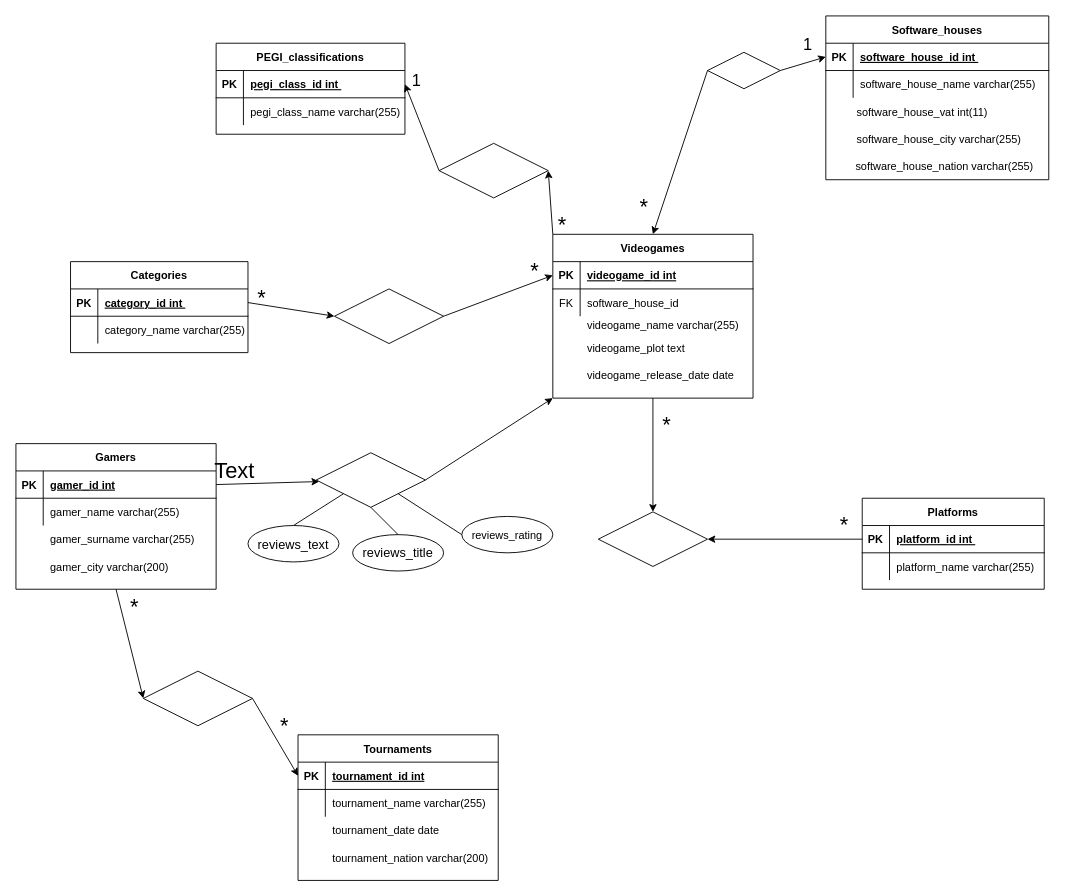
The draw.io diagram videogames-db.drawio in Cix8/db-videogames, before the edit. Source tidied: cells renumbered, new cells numbered last; positions are measured from the earlier drawing's top-left corner, leaving out a move shared by most shapes. Both pictures are drawn from the tidied source at 91%, with x=0, y=0 at pixel (15, 15).
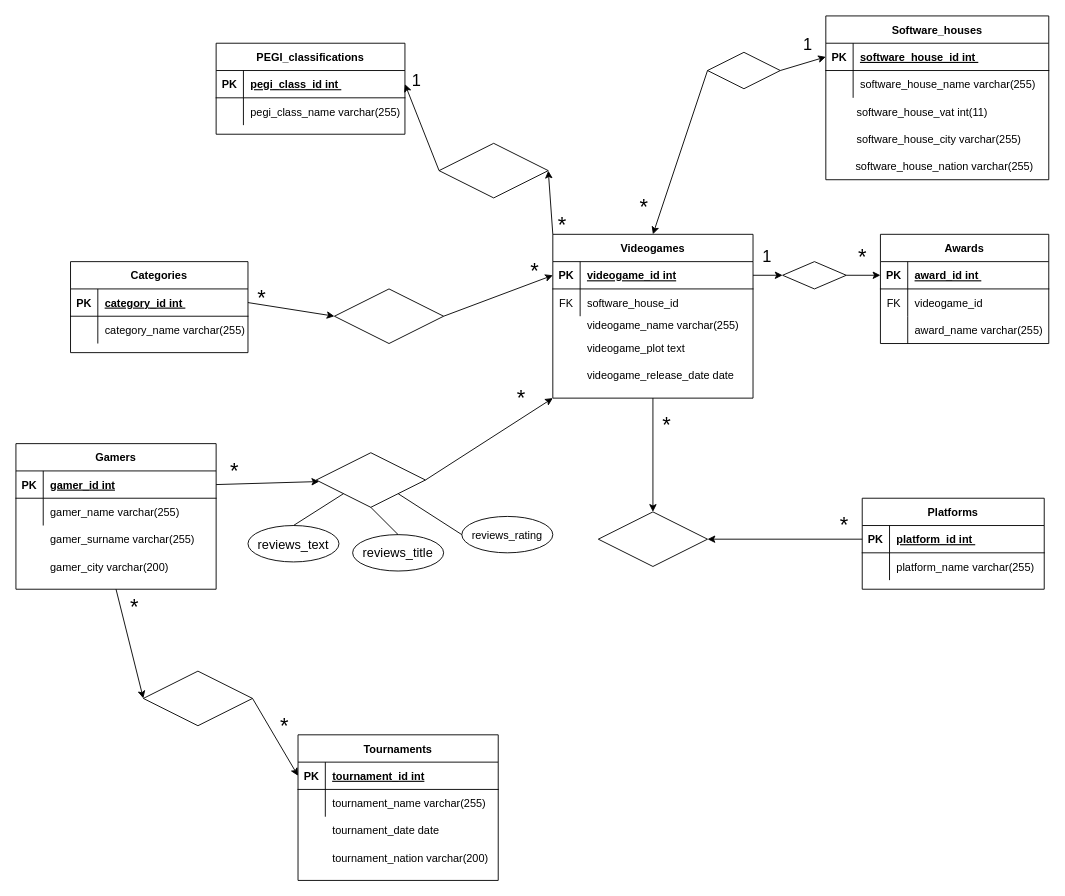
The same page after the edit.

The change refers to these unchanged cells:
```xml
<mxCell id="3" style="shape=partialRectangle;fillColor=none;points=[[0,0.5],[1,0.5]];portConstraint=eastwest;top=0;left=0;right=0;bottom=1;" parent="2" vertex="1">
  <mxGeometry y="30" width="220" height="30" as="geometry" />
</mxCell>
```

Diff of the diagram source:
```diff
@@
-    <mxCell id="113" value="Text" style="text;html=1;align=center;verticalAlign=middle;strokeColor=none;fillColor=none;fontSize=24;" parent="1" vertex="1">
-      <mxGeometry x="220" y="490" width="40" height="20" as="geometry" />
+    <mxCell id="113" value="*" style="text;html=1;align=center;verticalAlign=middle;strokeColor=none;fillColor=none;fontSize=24;" parent="1" vertex="1">
+      <mxGeometry x="225" y="480" width="30" height="40" as="geometry" />
     </mxCell>
+    <mxCell id="114" value="*" style="text;html=1;align=center;verticalAlign=middle;strokeColor=none;fillColor=none;fontSize=24;" parent="1" vertex="1">
+      <mxGeometry x="540" y="400" width="30" height="40" as="geometry" />
+    </mxCell>
+    <mxCell id="115" value="Awards" style="shape=table;startSize=30;childLayout=tableLayout;rowLines=0;fontStyle=1;align=center;" parent="1" vertex="1">
+      <mxGeometry x="950" y="240" width="185" height="120" as="geometry" />
+    </mxCell>
+    <mxCell id="116" style="shape=tableRow;horizontal=0;startSize=0;swimlaneHead=0;swimlaneBody=0;fillColor=none;points=[[0,0.5],[1,0.5]];portConstraint=eastwest;top=0;left=0;right=0;bottom=1;" parent="115" vertex="1">
+      <mxGeometry y="30" width="185" height="30" as="geometry" />
+    </mxCell>
+    <mxCell id="117" value="PK" style="shape=partialRectangle;fillColor=none;top=0;left=0;bottom=0;right=0;fontStyle=1;overflow=hidden;" parent="116" vertex="1">
+      <mxGeometry width="30" height="30" as="geometry" />
+    </mxCell>
+    <mxCell id="118" value="award_id int " style="shape=partialRectangle;fillColor=none;top=0;left=0;bottom=0;right=0;align=left;spacingLeft=6;fontStyle=5;overflow=hidden;" parent="116" vertex="1">
+      <mxGeometry x="30" width="155" height="30" as="geometry" />
+    </mxCell>
+    <mxCell id="119" style="shape=tableRow;horizontal=0;startSize=0;swimlaneHead=0;swimlaneBody=0;fillColor=none;top=0;left=0;right=0;bottom=0;" parent="115" vertex="1">
+      <mxGeometry y="60" width="185" height="30" as="geometry" />
+    </mxCell>
+    <mxCell id="120" value="FK" style="shape=partialRectangle;fillColor=none;top=0;left=0;bottom=0;right=0;overflow=hidden;" parent="119" vertex="1">
+      <mxGeometry width="30" height="30" as="geometry" />
+    </mxCell>
+    <mxCell id="121" value="videogame_id" style="shape=partialRectangle;fillColor=none;top=0;left=0;bottom=0;right=0;align=left;spacingLeft=6;overflow=hidden;" parent="119" vertex="1">
+      <mxGeometry x="30" width="155" height="30" as="geometry" />
+    </mxCell>
+    <mxCell id="122" style="shape=tableRow;horizontal=0;startSize=0;swimlaneHead=0;swimlaneBody=0;fillColor=none;top=0;left=0;right=0;bottom=0;" parent="115" vertex="1">
+      <mxGeometry y="90" width="185" height="30" as="geometry" />
+    </mxCell>
+    <mxCell id="123" style="shape=partialRectangle;fillColor=none;top=0;left=0;bottom=0;right=0;overflow=hidden;" parent="122" vertex="1">
+      <mxGeometry width="30" height="30" as="geometry" />
+    </mxCell>
+    <mxCell id="124" value="award_name varchar(255)" style="shape=partialRectangle;fillColor=none;top=0;left=0;bottom=0;right=0;align=left;spacingLeft=6;overflow=hidden;" parent="122" vertex="1">
+      <mxGeometry x="30" width="155" height="30" as="geometry" />
+    </mxCell>
+    <mxCell id="125" style="shape=rhombus;perimeter=rhombusPerimeter;whiteSpace=wrap;html=1;align=center;" parent="1" vertex="1">
+      <mxGeometry x="842.5" y="270" width="70" height="30" as="geometry" />
+    </mxCell>
+    <mxCell id="126" style="endArrow=classic;html=1;rounded=0;exitX=1;exitY=0.5;exitDx=0;exitDy=0;entryX=0;entryY=0.5;entryDx=0;entryDy=0;" parent="1" edge="1" source="3" target="125">
+      <mxGeometry relative="1" as="geometry" />
+    </mxCell>
+    <mxCell id="127" style="endArrow=classic;html=1;rounded=0;exitX=1;exitY=0.5;exitDx=0;exitDy=0;entryX=0;entryY=0.5;entryDx=0;entryDy=0;" parent="1" edge="1" source="125" target="116">
+      <mxGeometry relative="1" as="geometry" />
+    </mxCell>
+    <mxCell id="128" value="&lt;font style=&quot;font-size: 18px;&quot;&gt;1&lt;/font&gt;" style="text;html=1;align=center;verticalAlign=middle;strokeColor=none;fillColor=none;" parent="1" vertex="1">
+      <mxGeometry x="810" y="245" width="30" height="40" as="geometry" />
+    </mxCell>
+    <mxCell id="129" value="&lt;font style=&quot;font-size: 24px;&quot;&gt;*&lt;/font&gt;" style="text;html=1;align=center;verticalAlign=middle;strokeColor=none;fillColor=none;" parent="1" vertex="1">
+      <mxGeometry x="915" y="245" width="30" height="40" as="geometry" />
+    </mxCell>
```
